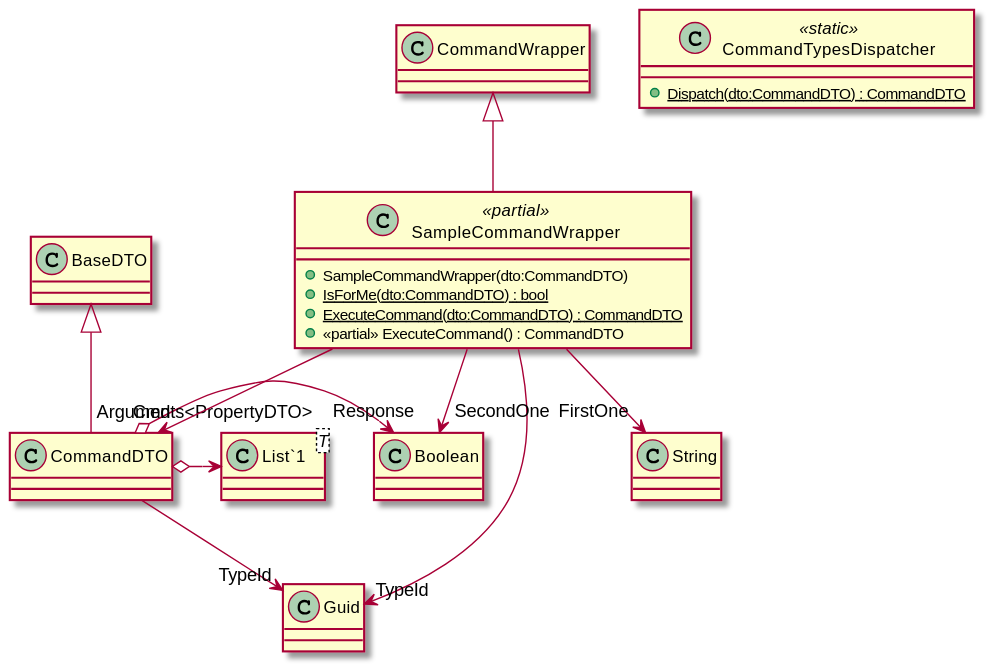
This is wEBcMD/Doc/Types/cs/CommandTypes.svg from kokolorix/wEBcMD, a PlantUML export, as it was before one commit.
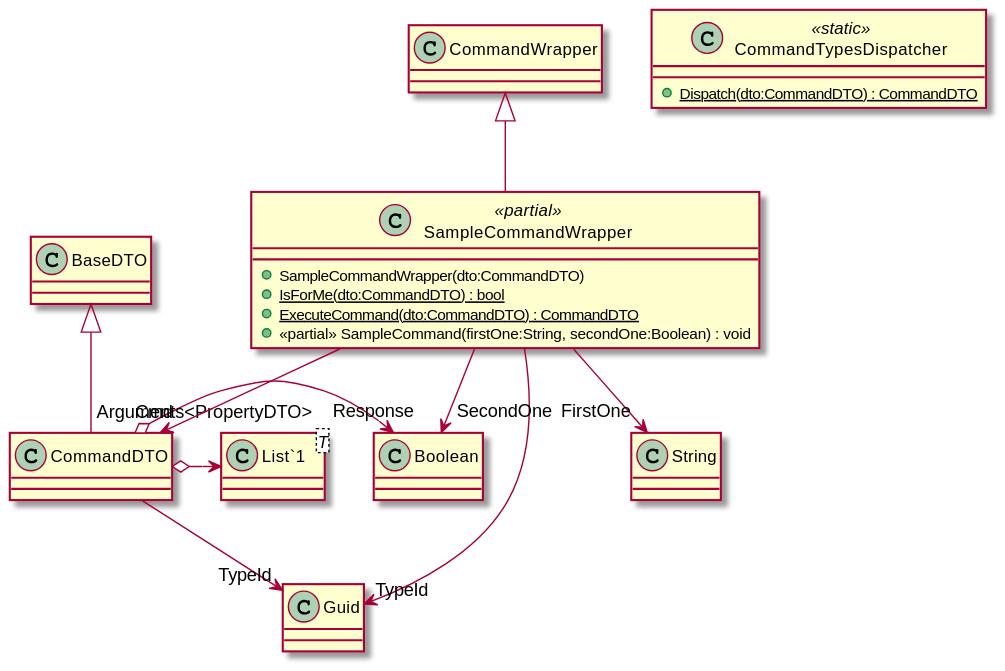
Above is the later version.

The edit, as a diff of the source:
```diff
@@ -5,7 +5,7 @@
     + SampleCommandWrapper(dto:CommandDTO)
     + {static} IsForMe(dto:CommandDTO) : bool
     + {static} ExecuteCommand(dto:CommandDTO) : CommandDTO
-    + <<partial>> ExecuteCommand() : CommandDTO
+    + <<partial>> SampleCommand(firstOne:String, secondOne:Boolean) : void
 }
 class CommandTypesDispatcher <<static>> {
     + {static} Dispatch(dto:CommandDTO) : CommandDTO
```
